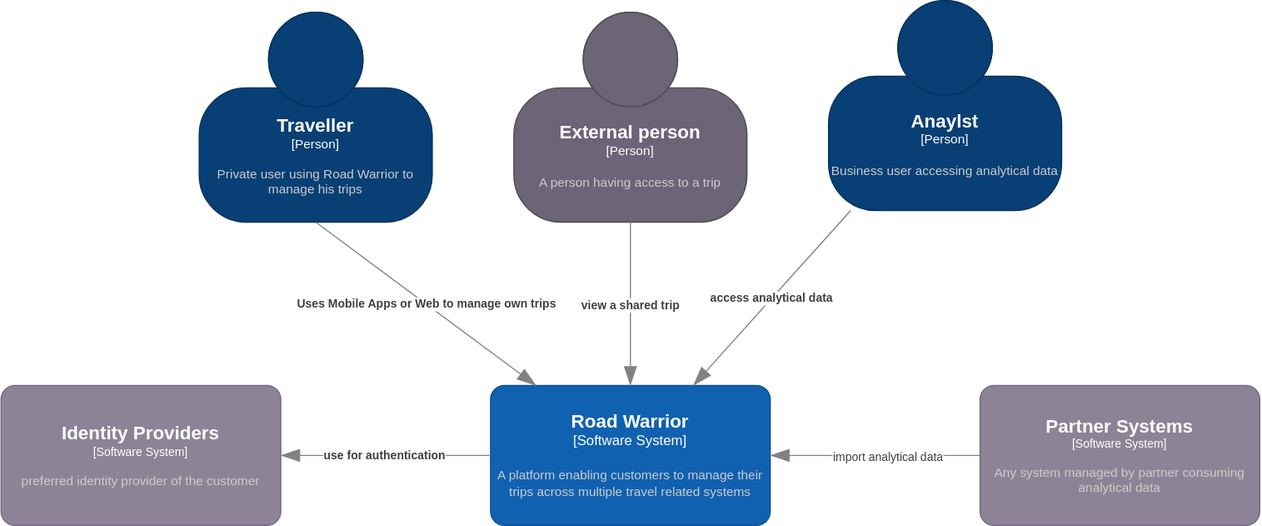
Before: diagrams/Context.drawio.svg, a diagram exported from draw.io (wschaef/architecture-kata-2023). Source tidied: cells renumbered, new cells last; positions are measured from the earlier drawing's top-left corner, leaving out a move shared by most shapes.
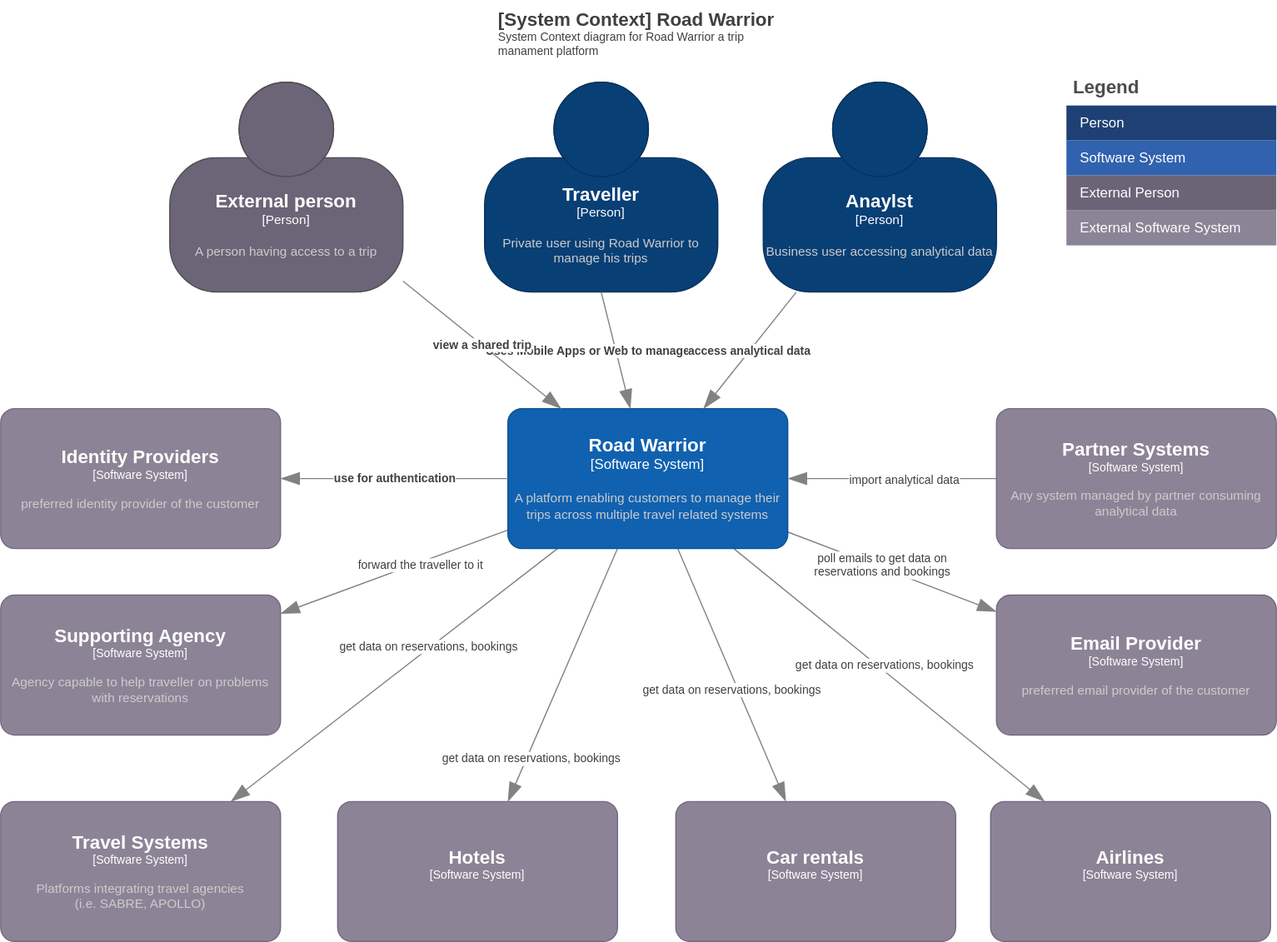
The same file after the commit.

Change to the diagram source:
```diff
@@ -1,25 +1,61 @@
-<mxGraphModel>
+<mxGraphModel background="#ffffff">
   <root>
     <mxCell id="0" />
     <mxCell id="1" parent="0" />
     <object id="2" label="&lt;font style=&quot;font-size: 16px&quot;&gt;&lt;b&gt;%c4Name%&lt;/b&gt;&lt;/font&gt;&lt;div&gt;[%c4Type%]&lt;/div&gt;&lt;br&gt;&lt;div&gt;&lt;font style=&quot;font-size: 11px&quot;&gt;&lt;font color=&quot;#cccccc&quot;&gt;%c4Description%&lt;/font&gt;&lt;/div&gt;" c4Description="Business user accessing analytical data" c4Name="Anaylst" c4Type="Person" placeholders="1">
       <mxCell style="html=1;fontSize=11;dashed=0;whiteSpace=wrap;fillColor=#083F75;strokeColor=#06315C;fontColor=#ffffff;shape=mxgraph.c4.person2;align=center;points=[[0.5,0,0],[1,0.5,0],[1,0.75,0],[0.75,1,0],[0.5,1,0],[0.25,1,0],[0,0.75,0],[0,0.5,0]];" parent="1" vertex="1">
-        <mxGeometry x="710" width="200" height="180" as="geometry" />
+        <mxGeometry x="649" y="40" width="200" height="180" as="geometry" />
       </mxCell>
     </object>
     <object id="3" label="&lt;font style=&quot;font-size: 16px&quot;&gt;&lt;b&gt;%c4Name%&lt;/b&gt;&lt;/font&gt;&lt;div&gt;[%c4Type%]&lt;/div&gt;&lt;br&gt;&lt;div&gt;&lt;font style=&quot;font-size: 11px&quot;&gt;&lt;font color=&quot;#cccccc&quot;&gt;%c4Description%&lt;/font&gt;&lt;/div&gt;" c4Description="A person having access to a trip" c4Name="External person" c4Type="Person" placeholders="1">
       <mxCell style="html=1;fontSize=11;dashed=0;whiteSpace=wrap;fillColor=#6C6477;strokeColor=#4D4D4D;fontColor=#ffffff;shape=mxgraph.c4.person2;align=center;points=[[0.5,0,0],[1,0.5,0],[1,0.75,0],[0.75,1,0],[0.5,1,0],[0.25,1,0],[0,0.75,0],[0,0.5,0]];" parent="1" vertex="1">
-        <mxGeometry x="440" y="10" width="200" height="180" as="geometry" />
+        <mxGeometry x="140" y="40" width="200" height="180" as="geometry" />
       </mxCell>
     </object>
     <object id="4" label="&lt;font style=&quot;font-size: 16px&quot;&gt;&lt;b&gt;%c4Name%&lt;/b&gt;&lt;/font&gt;&lt;div&gt;[%c4Type%]&lt;/div&gt;&lt;br&gt;&lt;div&gt;&lt;font style=&quot;font-size: 11px&quot;&gt;&lt;font color=&quot;#cccccc&quot;&gt;%c4Description%&lt;/font&gt;&lt;/div&gt;" c4Description="Private user using Road Warrior to manage his trips" c4Name="Traveller" c4Type="Person" placeholders="1">
       <mxCell style="html=1;fontSize=11;dashed=0;whiteSpace=wrap;fillColor=#083F75;strokeColor=#06315C;fontColor=#ffffff;shape=mxgraph.c4.person2;align=center;points=[[0.5,0,0],[1,0.5,0],[1,0.75,0],[0.75,1,0],[0.5,1,0],[0.25,1,0],[0,0.75,0],[0,0.5,0]];" parent="1" vertex="1">
-        <mxGeometry x="170" y="10" width="200" height="180" as="geometry" />
+        <mxGeometry x="410" y="40" width="200" height="180" as="geometry" />
       </mxCell>
     </object>
+    <mxCell id="14" style="edgeStyle=none;shape=connector;rounded=0;jumpStyle=arc;jumpSize=16;jettySize=auto;html=1;labelBackgroundColor=default;strokeColor=#828282;strokeWidth=1;fontFamily=Helvetica;fontSize=10;fontColor=#404040;endArrow=blockThin;endFill=1;startSize=14;endSize=14;elbow=vertical;" parent="1" edge="1" source="5" target="26">
+      <mxGeometry relative="1" as="geometry" />
+    </mxCell>
+    <mxCell id="15" value="forward the traveller to it" style="edgeLabel;html=1;align=center;verticalAlign=middle;fontSize=10;fontFamily=Helvetica;fontColor=#404040;" parent="14" vertex="1">
+      <mxGeometry x="-0.22" y="1" relative="1" as="geometry" />
+    </mxCell>
+    <mxCell id="16" style="edgeStyle=none;shape=connector;rounded=0;jumpStyle=arc;jumpSize=16;jettySize=auto;html=1;labelBackgroundColor=default;strokeColor=#828282;strokeWidth=1;fontFamily=Helvetica;fontSize=10;fontColor=#404040;endArrow=blockThin;endFill=1;startSize=14;endSize=14;elbow=vertical;" parent="1" edge="1" source="5" target="27">
+      <mxGeometry relative="1" as="geometry" />
+    </mxCell>
+    <mxCell id="17" value="poll emails to get data on &lt;br&gt;reservations and bookings" style="edgeLabel;html=1;align=center;verticalAlign=middle;fontSize=10;fontFamily=Helvetica;fontColor=#404040;" parent="16" vertex="1">
+      <mxGeometry x="-0.12" y="3" relative="1" as="geometry" />
+    </mxCell>
+    <mxCell id="18" style="edgeStyle=none;shape=connector;rounded=0;jumpStyle=arc;jumpSize=16;jettySize=auto;html=1;labelBackgroundColor=default;strokeColor=#828282;strokeWidth=1;fontFamily=Helvetica;fontSize=10;fontColor=#404040;endArrow=blockThin;endFill=1;startSize=14;endSize=14;elbow=vertical;" parent="1" edge="1" source="5" target="28">
+      <mxGeometry relative="1" as="geometry" />
+    </mxCell>
+    <mxCell id="19" value="get data on reservations, bookings" style="edgeLabel;html=1;align=center;verticalAlign=middle;fontSize=10;fontFamily=Helvetica;fontColor=#404040;" parent="18" vertex="1">
+      <mxGeometry x="-0.22" y="-2" relative="1" as="geometry" />
+    </mxCell>
+    <mxCell id="20" style="edgeStyle=none;shape=connector;rounded=0;jumpStyle=arc;jumpSize=16;jettySize=auto;html=1;labelBackgroundColor=default;strokeColor=#828282;strokeWidth=1;fontFamily=Helvetica;fontSize=10;fontColor=#404040;endArrow=blockThin;endFill=1;startSize=14;endSize=14;elbow=vertical;" parent="1" edge="1" source="5" target="29">
+      <mxGeometry relative="1" as="geometry" />
+    </mxCell>
+    <mxCell id="21" value="get data on reservations, bookings" style="edgeLabel;html=1;align=center;verticalAlign=middle;fontSize=10;fontFamily=Helvetica;fontColor=#404040;" parent="20" vertex="1">
+      <mxGeometry x="0.64" y="3" relative="1" as="geometry" />
+    </mxCell>
+    <mxCell id="22" style="edgeStyle=none;shape=connector;rounded=0;jumpStyle=arc;jumpSize=16;jettySize=auto;html=1;labelBackgroundColor=default;strokeColor=#828282;strokeWidth=1;fontFamily=Helvetica;fontSize=10;fontColor=#404040;endArrow=blockThin;endFill=1;startSize=14;endSize=14;elbow=vertical;" parent="1" edge="1" source="5" target="30">
+      <mxGeometry relative="1" as="geometry" />
+    </mxCell>
+    <mxCell id="23" value="get data on reservations, bookings" style="edgeLabel;html=1;align=center;verticalAlign=middle;fontSize=10;fontFamily=Helvetica;fontColor=#404040;" parent="22" vertex="1">
+      <mxGeometry x="0.09" y="-5" relative="1" as="geometry" />
+    </mxCell>
+    <mxCell id="24" style="edgeStyle=none;shape=connector;rounded=0;jumpStyle=arc;jumpSize=16;jettySize=auto;html=1;labelBackgroundColor=default;strokeColor=#828282;strokeWidth=1;fontFamily=Helvetica;fontSize=10;fontColor=#404040;endArrow=blockThin;endFill=1;startSize=14;endSize=14;elbow=vertical;" parent="1" edge="1" source="5" target="31">
+      <mxGeometry relative="1" as="geometry" />
+    </mxCell>
+    <mxCell id="25" value="get data on reservations, bookings" style="edgeLabel;html=1;align=center;verticalAlign=middle;fontSize=10;fontFamily=Helvetica;fontColor=#404040;" parent="24" vertex="1">
+      <mxGeometry x="-0.05" y="4" relative="1" as="geometry" />
+    </mxCell>
     <object id="5" label="&lt;font style=&quot;font-size: 16px&quot;&gt;&lt;b&gt;%c4Name%&lt;/b&gt;&lt;/font&gt;&lt;div&gt;[%c4Type%]&lt;/div&gt;&lt;br&gt;&lt;div&gt;&lt;font style=&quot;font-size: 11px&quot;&gt;&lt;font color=&quot;#cccccc&quot;&gt;%c4Description%&lt;/font&gt;&lt;/div&gt;" c4Description="A platform enabling customers to manage their trips across multiple travel related systems" c4Name="Road Warrior" c4Type="Software System" placeholders="1">
       <mxCell style="rounded=1;whiteSpace=wrap;html=1;labelBackgroundColor=none;fillColor=#1061B0;fontColor=#ffffff;align=center;arcSize=10;strokeColor=#0D5091;points=[[0.25,0,0],[0.5,0,0],[0.75,0,0],[1,0.25,0],[1,0.5,0],[1,0.75,0],[0.75,1,0],[0.5,1,0],[0.25,1,0],[0,0.75,0],[0,0.5,0],[0,0.25,0]];" parent="1" vertex="1">
-        <mxGeometry x="420" y="330" width="240" height="120" as="geometry" />
+        <mxGeometry x="430" y="320" width="240" height="120" as="geometry" />
       </mxCell>
     </object>
     <object id="6" label="&lt;div style=&quot;text-align: left&quot;&gt;&lt;div style=&quot;text-align: center&quot;&gt;&lt;b&gt;%c4Description%&lt;/b&gt;&lt;/div&gt;" c4Description="Uses Mobile Apps or Web to manage own trips" c4Type="Relationship" placeholders="1">
@@ -39,7 +75,7 @@
     </object>
     <object id="9" label="&lt;font style=&quot;font-size: 16px&quot;&gt;&lt;b&gt;%c4Name%&lt;/b&gt;&lt;/font&gt;&lt;div&gt;[%c4Type%]&lt;/div&gt;&lt;br&gt;&lt;div&gt;&lt;font style=&quot;font-size: 11px&quot;&gt;&lt;font color=&quot;#cccccc&quot;&gt;%c4Description%&lt;/font&gt;&lt;/div&gt;" c4Description="preferred identity provider of the customer" c4Name="Identity Providers" c4Type="Software System" placeholders="1">
       <mxCell style="rounded=1;whiteSpace=wrap;html=1;labelBackgroundColor=none;fillColor=#8C8496;fontColor=#ffffff;align=center;arcSize=10;strokeColor=#736782;points=[[0.25,0,0],[0.5,0,0],[0.75,0,0],[1,0.25,0],[1,0.5,0],[1,0.75,0],[0.75,1,0],[0.5,1,0],[0.25,1,0],[0,0.75,0],[0,0.5,0],[0,0.25,0]];fontFamily=Helvetica;fontSize=10;" parent="1" vertex="1">
-        <mxGeometry y="330" width="240" height="120" as="geometry" />
+        <mxGeometry x="-5" y="320" width="240" height="120" as="geometry" />
       </mxCell>
     </object>
     <object id="10" label="&lt;div style=&quot;text-align: left&quot;&gt;&lt;div style=&quot;text-align: center&quot;&gt;&lt;b&gt;%c4Description%&lt;/b&gt;&lt;/div&gt;" c4Description="use for authentication" c4Type="Relationship" placeholders="1">
@@ -57,8 +93,70 @@
     </mxCell>
     <object id="13" label="&lt;font style=&quot;font-size: 16px&quot;&gt;&lt;b&gt;%c4Name%&lt;/b&gt;&lt;/font&gt;&lt;div&gt;[%c4Type%]&lt;/div&gt;&lt;br&gt;&lt;div&gt;&lt;font style=&quot;font-size: 11px&quot;&gt;&lt;font color=&quot;#cccccc&quot;&gt;%c4Description%&lt;/font&gt;&lt;/div&gt;" c4Description="Any system managed by partner consuming analytical data" c4Name="Partner Systems" c4Type="Software System" placeholders="1">
       <mxCell style="rounded=1;whiteSpace=wrap;html=1;labelBackgroundColor=none;fillColor=#8C8496;fontColor=#ffffff;align=center;arcSize=10;strokeColor=#736782;points=[[0.25,0,0],[0.5,0,0],[0.75,0,0],[1,0.25,0],[1,0.5,0],[1,0.75,0],[0.75,1,0],[0.5,1,0],[0.25,1,0],[0,0.75,0],[0,0.5,0],[0,0.25,0]];fontFamily=Helvetica;fontSize=10;" parent="1" vertex="1">
-        <mxGeometry x="840" y="330" width="240" height="120" as="geometry" />
+        <mxGeometry x="849" y="320" width="240" height="120" as="geometry" />
       </mxCell>
     </object>
+    <object id="26" label="&lt;font style=&quot;font-size: 16px&quot;&gt;&lt;b&gt;%c4Name%&lt;/b&gt;&lt;/font&gt;&lt;div&gt;[%c4Type%]&lt;/div&gt;&lt;br&gt;&lt;div&gt;&lt;font style=&quot;font-size: 11px&quot;&gt;&lt;font color=&quot;#cccccc&quot;&gt;%c4Description%&lt;/font&gt;&lt;/div&gt;" c4Description="Agency capable to help traveller on problems with reservations" c4Name="Supporting Agency" c4Type="Software System" placeholders="1">
+      <mxCell style="rounded=1;whiteSpace=wrap;html=1;labelBackgroundColor=none;fillColor=#8C8496;fontColor=#ffffff;align=center;arcSize=10;strokeColor=#736782;points=[[0.25,0,0],[0.5,0,0],[0.75,0,0],[1,0.25,0],[1,0.5,0],[1,0.75,0],[0.75,1,0],[0.5,1,0],[0.25,1,0],[0,0.75,0],[0,0.5,0],[0,0.25,0]];fontFamily=Helvetica;fontSize=10;" parent="1" vertex="1">
+        <mxGeometry x="-5" y="480" width="240" height="120" as="geometry" />
+      </mxCell>
+    </object>
+    <object id="27" label="&lt;font style=&quot;font-size: 16px&quot;&gt;&lt;b&gt;%c4Name%&lt;/b&gt;&lt;/font&gt;&lt;div&gt;[%c4Type%]&lt;/div&gt;&lt;br&gt;&lt;div&gt;&lt;font style=&quot;font-size: 11px&quot;&gt;&lt;font color=&quot;#cccccc&quot;&gt;%c4Description%&lt;/font&gt;&lt;/div&gt;" c4Description="preferred email provider of the customer" c4Name="Email Provider" c4Type="Software System" placeholders="1">
+      <mxCell style="rounded=1;whiteSpace=wrap;html=1;labelBackgroundColor=none;fillColor=#8C8496;fontColor=#ffffff;align=center;arcSize=10;strokeColor=#736782;points=[[0.25,0,0],[0.5,0,0],[0.75,0,0],[1,0.25,0],[1,0.5,0],[1,0.75,0],[0.75,1,0],[0.5,1,0],[0.25,1,0],[0,0.75,0],[0,0.5,0],[0,0.25,0]];fontFamily=Helvetica;fontSize=10;" parent="1" vertex="1">
+        <mxGeometry x="849" y="480" width="240" height="120" as="geometry" />
+      </mxCell>
+    </object>
+    <object id="28" label="&lt;font style=&quot;font-size: 16px&quot;&gt;&lt;b&gt;%c4Name%&lt;/b&gt;&lt;/font&gt;&lt;div&gt;[%c4Type%]&lt;/div&gt;&lt;br&gt;&lt;div&gt;&lt;font style=&quot;font-size: 11px&quot;&gt;&lt;font color=&quot;#cccccc&quot;&gt;%c4Description%&lt;/font&gt;&lt;/div&gt;" c4Description="Platforms integrating travel agencies &#10;(i.e. SABRE, APOLLO)" c4Name="Travel Systems" c4Type="Software System" placeholders="1">
+      <mxCell style="rounded=1;whiteSpace=wrap;html=1;labelBackgroundColor=none;fillColor=#8C8496;fontColor=#ffffff;align=center;arcSize=10;strokeColor=#736782;points=[[0.25,0,0],[0.5,0,0],[0.75,0,0],[1,0.25,0],[1,0.5,0],[1,0.75,0],[0.75,1,0],[0.5,1,0],[0.25,1,0],[0,0.75,0],[0,0.5,0],[0,0.25,0]];fontFamily=Helvetica;fontSize=10;" parent="1" vertex="1">
+        <mxGeometry x="-5" y="657" width="240" height="120" as="geometry" />
+      </mxCell>
+    </object>
+    <object id="29" label="&lt;font style=&quot;font-size: 16px&quot;&gt;&lt;b&gt;%c4Name%&lt;/b&gt;&lt;/font&gt;&lt;div&gt;[%c4Type%]&lt;/div&gt;&lt;br&gt;&lt;div&gt;&lt;font style=&quot;font-size: 11px&quot;&gt;&lt;font color=&quot;#cccccc&quot;&gt;%c4Description%&lt;/font&gt;&lt;/div&gt;" c4Description="" c4Name="Hotels" c4Type="Software System" placeholders="1">
+      <mxCell style="rounded=1;whiteSpace=wrap;html=1;labelBackgroundColor=none;fillColor=#8C8496;fontColor=#ffffff;align=center;arcSize=10;strokeColor=#736782;points=[[0.25,0,0],[0.5,0,0],[0.75,0,0],[1,0.25,0],[1,0.5,0],[1,0.75,0],[0.75,1,0],[0.5,1,0],[0.25,1,0],[0,0.75,0],[0,0.5,0],[0,0.25,0]];fontFamily=Helvetica;fontSize=10;" parent="1" vertex="1">
+        <mxGeometry x="284" y="657" width="240" height="120" as="geometry" />
+      </mxCell>
+    </object>
+    <object id="30" label="&lt;font style=&quot;font-size: 16px&quot;&gt;&lt;b&gt;%c4Name%&lt;/b&gt;&lt;/font&gt;&lt;div&gt;[%c4Type%]&lt;/div&gt;&lt;br&gt;&lt;div&gt;&lt;font style=&quot;font-size: 11px&quot;&gt;&lt;font color=&quot;#cccccc&quot;&gt;%c4Description%&lt;/font&gt;&lt;/div&gt;" c4Description="" c4Name="Car rentals" c4Type="Software System" placeholders="1">
+      <mxCell style="rounded=1;whiteSpace=wrap;html=1;labelBackgroundColor=none;fillColor=#8C8496;fontColor=#ffffff;align=center;arcSize=10;strokeColor=#736782;points=[[0.25,0,0],[0.5,0,0],[0.75,0,0],[1,0.25,0],[1,0.5,0],[1,0.75,0],[0.75,1,0],[0.5,1,0],[0.25,1,0],[0,0.75,0],[0,0.5,0],[0,0.25,0]];fontFamily=Helvetica;fontSize=10;" parent="1" vertex="1">
+        <mxGeometry x="574" y="657" width="240" height="120" as="geometry" />
+      </mxCell>
+    </object>
+    <object id="31" label="&lt;font style=&quot;font-size: 16px&quot;&gt;&lt;b&gt;%c4Name%&lt;/b&gt;&lt;/font&gt;&lt;div&gt;[%c4Type%]&lt;/div&gt;&lt;br&gt;&lt;div&gt;&lt;font style=&quot;font-size: 11px&quot;&gt;&lt;font color=&quot;#cccccc&quot;&gt;%c4Description%&lt;/font&gt;&lt;/div&gt;" c4Description="" c4Name="Airlines" c4Type="Software System" placeholders="1">
+      <mxCell style="rounded=1;whiteSpace=wrap;html=1;labelBackgroundColor=none;fillColor=#8C8496;fontColor=#ffffff;align=center;arcSize=10;strokeColor=#736782;points=[[0.25,0,0],[0.5,0,0],[0.75,0,0],[1,0.25,0],[1,0.5,0],[1,0.75,0],[0.75,1,0],[0.5,1,0],[0.25,1,0],[0,0.75,0],[0,0.5,0],[0,0.25,0]];fontFamily=Helvetica;fontSize=10;" parent="1" vertex="1">
+        <mxGeometry x="844" y="657" width="240" height="120" as="geometry" />
+      </mxCell>
+    </object>
+    <mxCell id="32" value="Legend" style="shape=table;startSize=30;fontSize=16;align=left;verticalAlign=top;fillColor=none;strokeColor=none;fontColor=#4D4D4D;fontStyle=1;spacingLeft=6;spacing=0;fontFamily=Helvetica;" parent="1" vertex="1">
+      <mxGeometry x="909" y="30" width="180" height="150" as="geometry" />
+    </mxCell>
+    <mxCell id="33" style="shape=tableRow;horizontal=0;startSize=0;swimlaneHead=0;swimlaneBody=0;strokeColor=inherit;top=0;left=0;bottom=0;right=0;fillColor=none;fontSize=12;fontFamily=Helvetica;fontColor=#404040;" parent="32" vertex="1">
+      <mxGeometry y="30" width="180" height="30" as="geometry" />
+    </mxCell>
+    <mxCell id="34" value="Person" style="shape=partialRectangle;html=1;whiteSpace=wrap;strokeColor=inherit;overflow=hidden;fillColor=#1E4074;top=0;left=0;bottom=0;right=0;fontSize=12;align=left;fontColor=#FFFFFF;gradientColor=none;spacingLeft=10;spacingRight=4;fontFamily=Helvetica;" parent="33" vertex="1">
+      <mxGeometry width="180" height="30" as="geometry" />
+    </mxCell>
+    <mxCell id="35" style="shape=tableRow;horizontal=0;startSize=0;swimlaneHead=0;swimlaneBody=0;strokeColor=inherit;top=0;left=0;bottom=0;right=0;fillColor=none;fontSize=12;fontFamily=Helvetica;fontColor=#404040;" parent="32" vertex="1">
+      <mxGeometry y="60" width="180" height="30" as="geometry" />
+    </mxCell>
+    <mxCell id="36" value="Software System" style="shape=partialRectangle;html=1;whiteSpace=wrap;strokeColor=inherit;overflow=hidden;fillColor=#3162AF;top=0;left=0;bottom=0;right=0;fontSize=12;align=left;fontColor=#FFFFFF;gradientColor=none;spacingLeft=10;spacingRight=4;fontFamily=Helvetica;" parent="35" vertex="1">
+      <mxGeometry width="180" height="30" as="geometry" />
+    </mxCell>
+    <mxCell id="37" style="shape=tableRow;horizontal=0;startSize=0;swimlaneHead=0;swimlaneBody=0;strokeColor=inherit;top=0;left=0;bottom=0;right=0;fillColor=none;fontSize=12;fontFamily=Helvetica;fontColor=#404040;" parent="32" vertex="1">
+      <mxGeometry y="90" width="180" height="30" as="geometry" />
+    </mxCell>
+    <mxCell id="38" value="External Person" style="shape=partialRectangle;html=1;whiteSpace=wrap;strokeColor=inherit;overflow=hidden;fillColor=#6b6477;top=0;left=0;bottom=0;right=0;fontSize=12;align=left;fontColor=#FFFFFF;gradientColor=none;spacingLeft=10;spacingRight=4;fontFamily=Helvetica;" parent="37" vertex="1">
+      <mxGeometry width="180" height="30" as="geometry" />
+    </mxCell>
+    <mxCell id="39" style="shape=tableRow;horizontal=0;startSize=0;swimlaneHead=0;swimlaneBody=0;strokeColor=inherit;top=0;left=0;bottom=0;right=0;fillColor=none;fontSize=12;fontFamily=Helvetica;fontColor=#404040;" parent="32" vertex="1">
+      <mxGeometry y="120" width="180" height="30" as="geometry" />
+    </mxCell>
+    <mxCell id="40" value="External Software System" style="shape=partialRectangle;html=1;whiteSpace=wrap;strokeColor=inherit;overflow=hidden;fillColor=#8b8496;top=0;left=0;bottom=0;right=0;fontSize=12;align=left;fontColor=#FFFFFF;gradientColor=none;spacingLeft=10;spacingRight=4;fontFamily=Helvetica;" parent="39" vertex="1">
+      <mxGeometry width="180" height="30" as="geometry" />
+    </mxCell>
+    <object id="41" label="&lt;font style=&quot;font-size: 16px&quot;&gt;&lt;b&gt;&lt;div style=&quot;text-align: left&quot;&gt;%c4Name%&lt;/div&gt;&lt;/b&gt;&lt;/font&gt;&lt;div style=&quot;text-align: left&quot;&gt;%c4Description%&lt;/div&gt;" c4Description="System Context diagram for Road Warrior a trip manament platform" c4Name="[System Context] Road Warrior" c4Type="ContainerScopeBoundary" placeholders="1">
+      <mxCell style="text;html=1;strokeColor=none;fillColor=none;align=left;verticalAlign=top;whiteSpace=wrap;rounded=0;fontSize=10;fontFamily=Helvetica;fontColor=#404040;" parent="1" vertex="1">
+        <mxGeometry x="420" y="-30" width="260" height="40" as="geometry" />
+      </mxCell>
+    </object>
   </root>
 </mxGraphModel>
```
